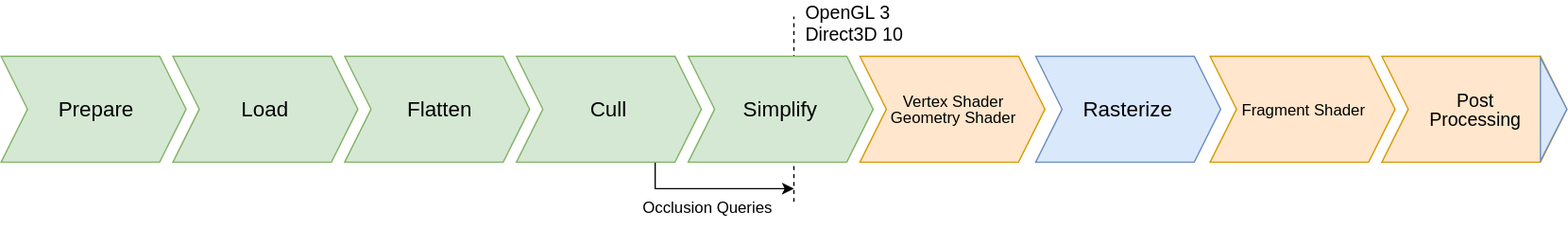
TheCandidStartup/TheCandidStartup.github.io keeps this draw.io diagram as assets/images/graphics-pipeline-unified-shader.svg. Above is the earlier version. Source tidied: cells renumbered, new cells last; positions are measured from the earlier drawing's top-left corner, leaving out a move shared by most shapes.
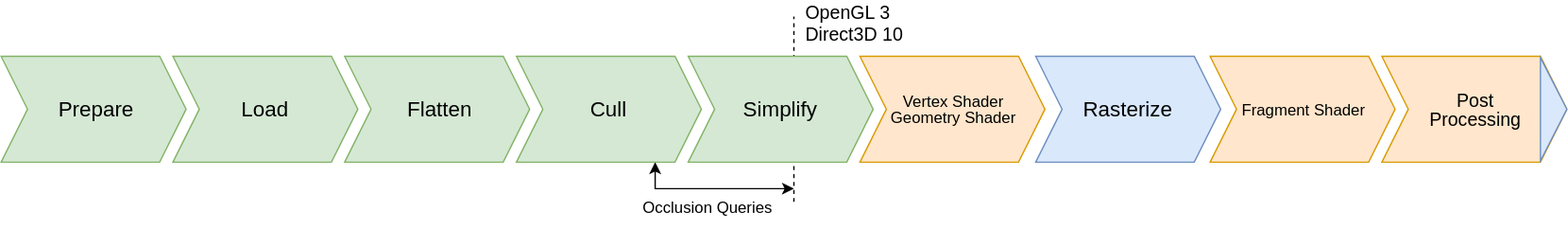
Above is the later version.

Commit message:
Tweaks to final draft

The edit, as a diff of the source:
```diff
@@ -23,7 +23,7 @@
     <mxCell id="8" value="&lt;div style=&quot;line-height: 100%; font-size: 14px;&quot;&gt;&lt;div&gt;Post&lt;/div&gt;&lt;div&gt;Processing&lt;/div&gt;&lt;/div&gt;" style="shape=step;perimeter=stepPerimeter;whiteSpace=wrap;html=1;fixedSize=1;fillColor=#ffe6cc;strokeColor=#d79b00;align=center;verticalAlign=middle;spacingLeft=2;spacing=0;spacingTop=0;" parent="1" vertex="1">
       <mxGeometry x="1045" y="40" width="140" height="80" as="geometry" />
     </mxCell>
-    <mxCell id="9" style="edgeStyle=orthogonalEdgeStyle;rounded=0;jettySize=auto;html=1;exitX=0.75;exitY=1;exitDx=0;exitDy=0;endArrow=classic;endFill=1;" parent="1" edge="1" source="10">
+    <mxCell id="9" style="edgeStyle=orthogonalEdgeStyle;rounded=0;jettySize=auto;html=1;exitX=0.75;exitY=1;exitDx=0;exitDy=0;endArrow=classic;endFill=1;startArrow=classic;startFill=1;" parent="1" edge="1" source="10">
       <mxGeometry relative="1" as="geometry">
         <mxPoint x="600" y="140" as="targetPoint" />
         <Array as="points">
```
